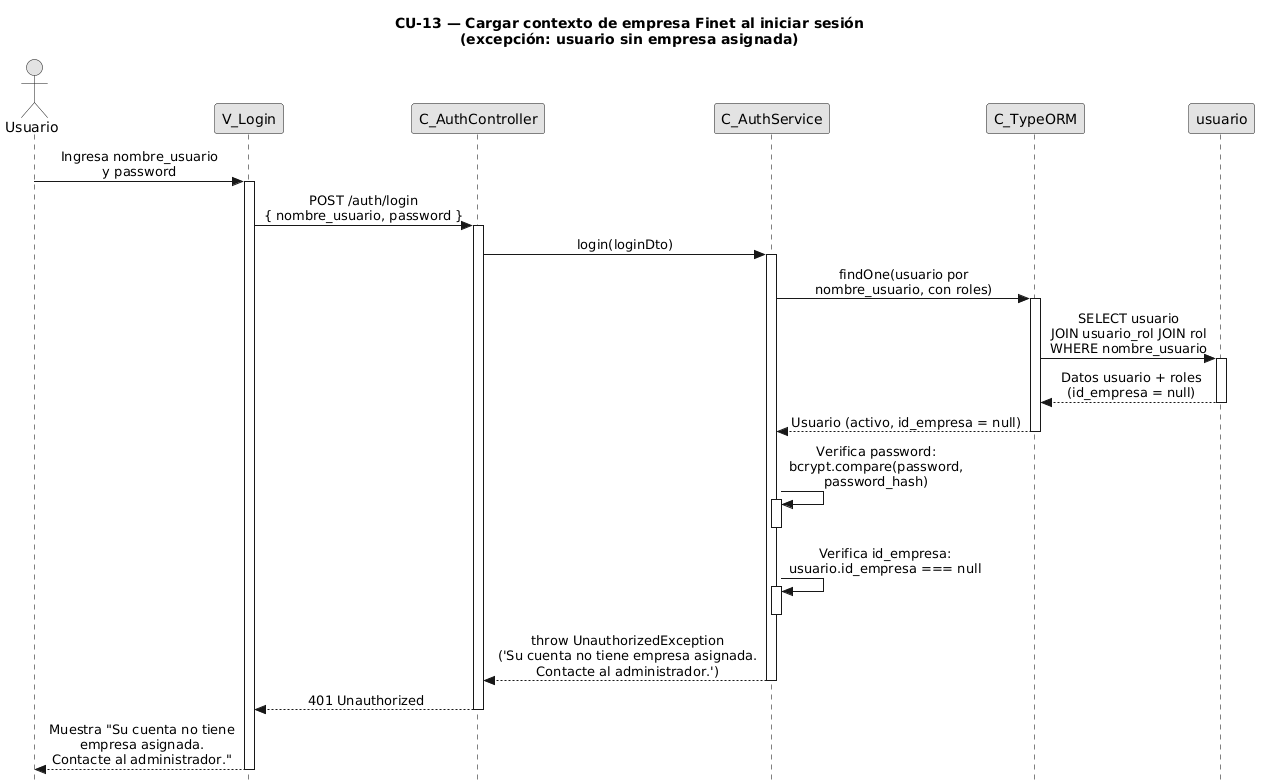
This is diagramas-secuencia/CU13/CU13-exc-sin-empresa.png from FSM-Finet-y-Cable-Magico/Team_1-Inventario-y-Bodega, a PlantUML export, as it was before one commit.
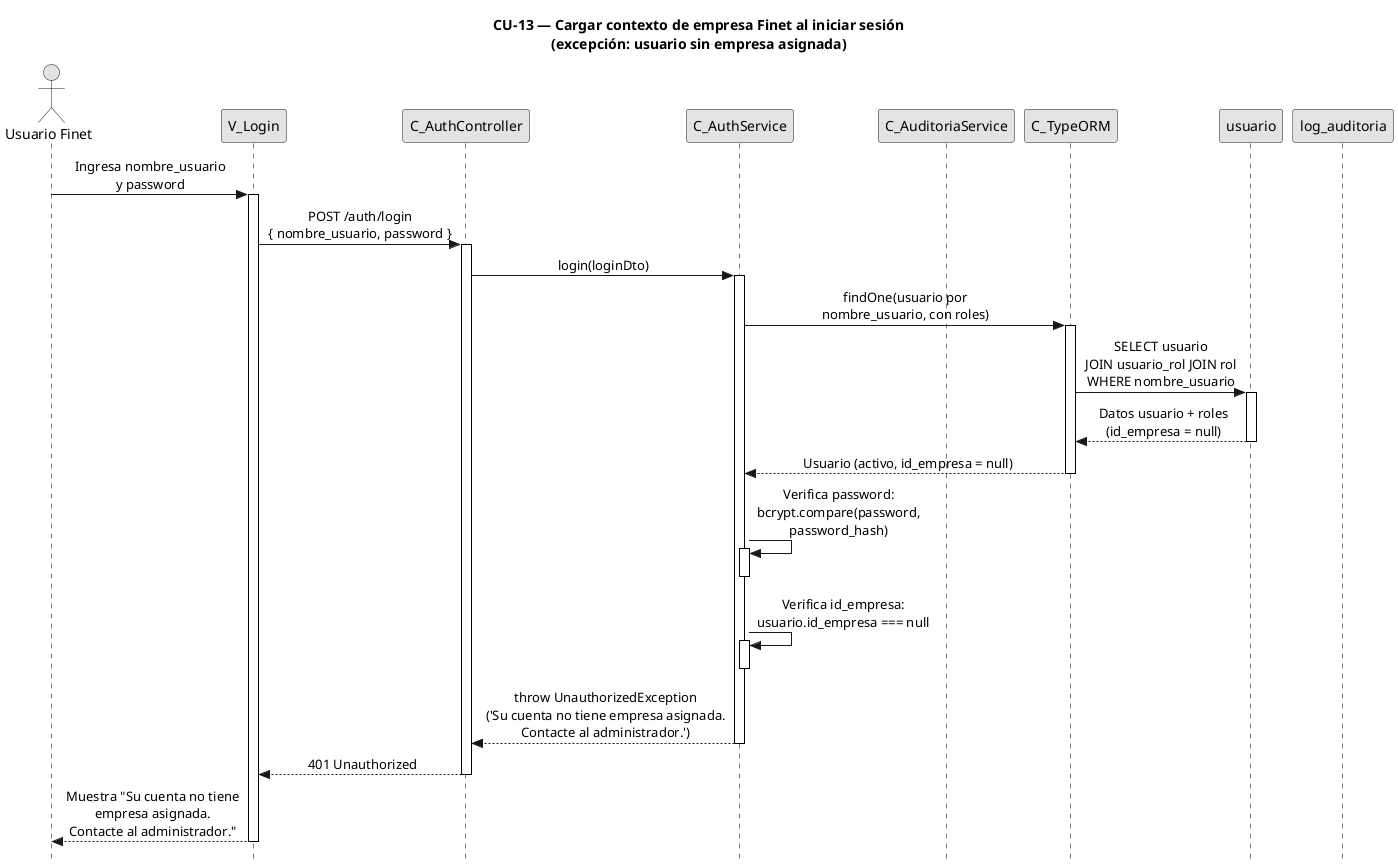
After the change.

The edit, as a diff of the source:
```diff
@@ -1,4 +1,4 @@
-@startuml
+@startuml CU13-exc-sin-empresa
 title CU-13 — Cargar contexto de empresa Finet al iniciar sesión\n(excepción: usuario sin empresa asignada)
 
 skinparam style strictuml
@@ -11,12 +11,14 @@
 }
 hide footbox
 
-actor "Usuario" as user
+actor "Usuario Finet" as user
 participant "V_Login" as view
 participant "C_AuthController" as ctrl
 participant "C_AuthService" as svc
+participant "C_AuditoriaService" as aud
 participant "C_TypeORM" as orm
 participant "usuario" as uent
+participant "log_auditoria" as aent
 
 user -> view : Ingresa nombre_usuario\ny password
 activate view
@@ -54,4 +56,5 @@
 
 view --> user : Muestra "Su cuenta no tiene\nempresa asignada.\nContacte al administrador."
 deactivate view
+
 @enduml
```
